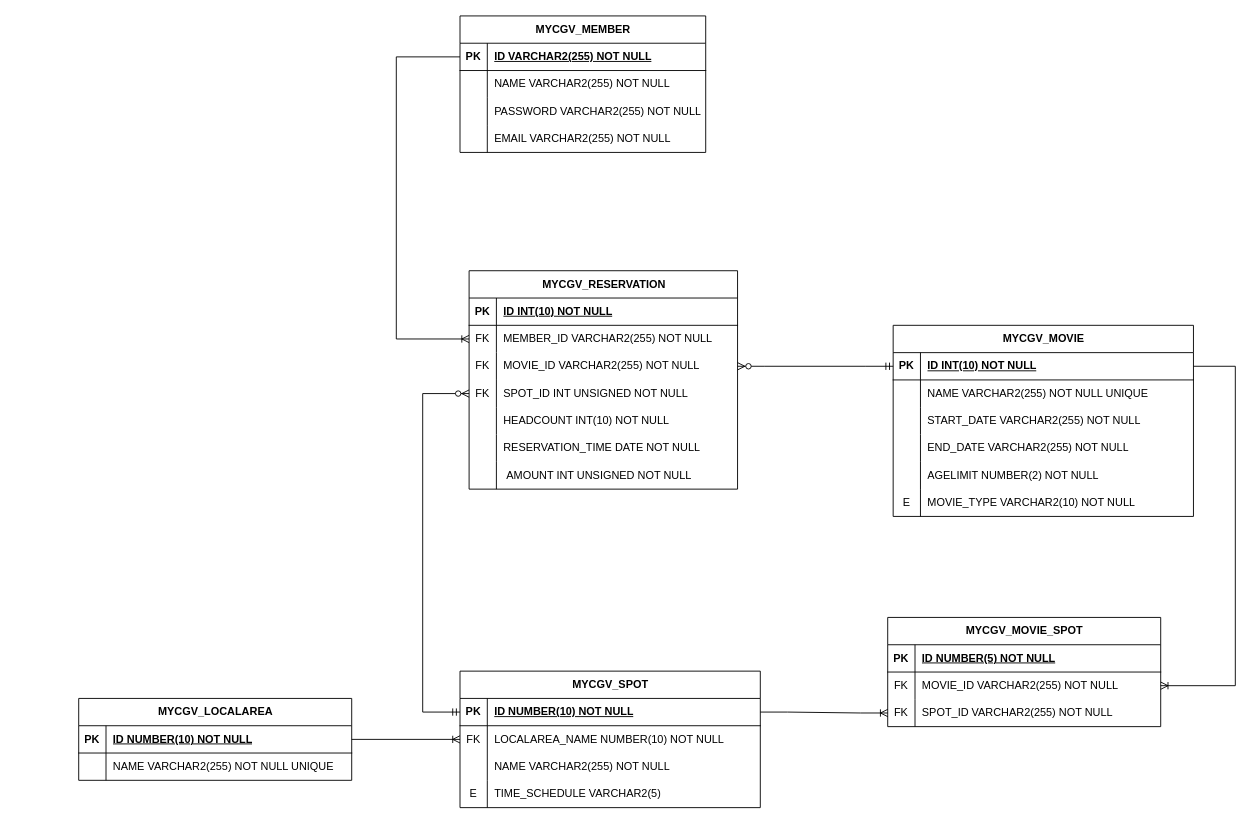
jaehyeonkim0/mycgv keeps this draw.io diagram as new mycgv_erd.drawio. Above is the earlier version. Source tidied: cells renumbered, new cells numbered last; positions are measured from the earlier drawing's top-left corner, leaving out a move shared by most shapes. Both pictures are drawn from the tidied source at 91%, with x=0, y=0 at pixel (78, 15).
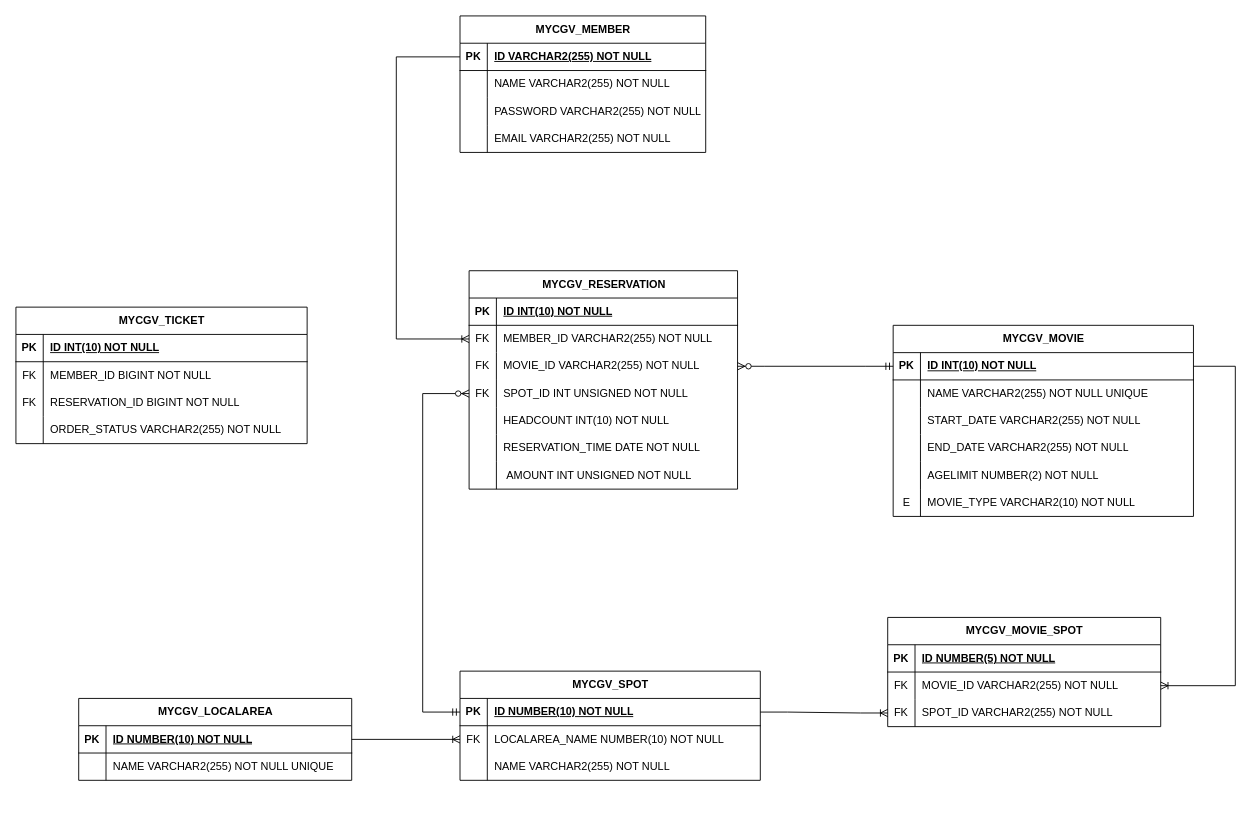
Above is the later version.

Change to the diagram source:
```diff
@@
     <mxCell id="28" value="MYCGV_SPOT" style="shape=table;startSize=30;childLayout=tableLayout;rowLines=0;fontStyle=1;align=center;html=1;" parent="1" vertex="1">
-      <mxGeometry x="419" y="720" width="330" height="150" as="geometry" />
+      <mxGeometry x="419" y="720" width="330" height="120" as="geometry" />
     </mxCell>
@@
-    <mxCell id="38" style="shape=tableRow;horizontal=0;startSize=0;swimlaneHead=0;swimlaneBody=0;fillColor=none;top=0;left=0;right=0;bottom=0;" parent="28" vertex="1">
-      <mxGeometry y="120" width="330" height="30" as="geometry" />
-    </mxCell>
-    <mxCell id="39" value="E" style="shape=partialRectangle;fillColor=none;top=0;left=0;bottom=0;right=0;overflow=hidden;whiteSpace=wrap;html=1;" parent="38" vertex="1">
-      <mxGeometry width="30" height="30" as="geometry" />
-    </mxCell>
-    <mxCell id="40" value="TIME_SCHEDULE VARCHAR2(5)" style="shape=partialRectangle;fillColor=none;top=0;left=0;bottom=0;right=0;align=left;spacingLeft=6;overflow=hidden;whiteSpace=wrap;html=1;" parent="38" vertex="1">
-      <mxGeometry x="30" width="300" height="30" as="geometry" />
-    </mxCell>
@@
+    <mxCell id="92" value="MYCGV_TICKET" style="shape=table;startSize=30;childLayout=tableLayout;rowLines=0;fontStyle=1;align=center;html=1;" parent="1" vertex="1">
+      <mxGeometry x="-69" y="320" width="320" height="150" as="geometry" />
+    </mxCell>
+    <mxCell id="93" style="shape=tableRow;horizontal=0;startSize=0;swimlaneHead=0;swimlaneBody=0;fillColor=none;top=0;left=0;right=0;bottom=1;" parent="92" vertex="1">
+      <mxGeometry y="30" width="320" height="30" as="geometry" />
+    </mxCell>
+    <mxCell id="94" value="PK" style="shape=partialRectangle;fillColor=none;top=0;left=0;bottom=0;right=0;fontStyle=1;overflow=hidden;whiteSpace=wrap;html=1;" parent="93" vertex="1">
+      <mxGeometry width="30" height="30" as="geometry" />
+    </mxCell>
+    <mxCell id="95" value="ID INT(10) NOT NULL" style="shape=partialRectangle;fillColor=none;top=0;left=0;bottom=0;right=0;align=left;spacingLeft=6;fontStyle=5;overflow=hidden;whiteSpace=wrap;html=1;" parent="93" vertex="1">
+      <mxGeometry x="30" width="290" height="30" as="geometry" />
+    </mxCell>
+    <mxCell id="96" style="shape=tableRow;horizontal=0;startSize=0;swimlaneHead=0;swimlaneBody=0;fillColor=none;top=0;left=0;right=0;bottom=0;" parent="92" vertex="1">
+      <mxGeometry y="60" width="320" height="30" as="geometry" />
+    </mxCell>
+    <mxCell id="97" value="FK" style="shape=partialRectangle;fillColor=none;top=0;left=0;bottom=0;right=0;overflow=hidden;whiteSpace=wrap;html=1;" parent="96" vertex="1">
+      <mxGeometry width="30" height="30" as="geometry" />
+    </mxCell>
+    <mxCell id="98" value="MEMBER_ID BIGINT NOT NULL" style="shape=partialRectangle;fillColor=none;top=0;left=0;bottom=0;right=0;align=left;spacingLeft=6;overflow=hidden;whiteSpace=wrap;html=1;" parent="96" vertex="1">
+      <mxGeometry x="30" width="290" height="30" as="geometry" />
+    </mxCell>
+    <mxCell id="99" style="shape=tableRow;horizontal=0;startSize=0;swimlaneHead=0;swimlaneBody=0;fillColor=none;top=0;left=0;right=0;bottom=0;" parent="92" vertex="1">
+      <mxGeometry y="90" width="320" height="30" as="geometry" />
+    </mxCell>
+    <mxCell id="100" value="FK" style="shape=partialRectangle;fillColor=none;top=0;left=0;bottom=0;right=0;overflow=hidden;whiteSpace=wrap;html=1;" parent="99" vertex="1">
+      <mxGeometry width="30" height="30" as="geometry" />
+    </mxCell>
+    <mxCell id="101" value="RESERVATION_ID BIGINT NOT NULL" style="shape=partialRectangle;fillColor=none;top=0;left=0;bottom=0;right=0;align=left;spacingLeft=6;overflow=hidden;whiteSpace=wrap;html=1;" parent="99" vertex="1">
+      <mxGeometry x="30" width="290" height="30" as="geometry" />
+    </mxCell>
+    <mxCell id="102" style="shape=tableRow;horizontal=0;startSize=0;swimlaneHead=0;swimlaneBody=0;fillColor=none;top=0;left=0;right=0;bottom=0;" parent="92" vertex="1">
+      <mxGeometry y="120" width="320" height="30" as="geometry" />
+    </mxCell>
+    <mxCell id="103" style="shape=partialRectangle;fillColor=none;top=0;left=0;bottom=0;right=0;overflow=hidden;whiteSpace=wrap;html=1;" parent="102" vertex="1">
+      <mxGeometry width="30" height="30" as="geometry" />
+    </mxCell>
+    <mxCell id="104" value="ORDER_STATUS VARCHAR2(255) NOT NULL" style="shape=partialRectangle;fillColor=none;top=0;left=0;bottom=0;right=0;align=left;spacingLeft=6;overflow=hidden;whiteSpace=wrap;html=1;" parent="102" vertex="1">
+      <mxGeometry x="30" width="290" height="30" as="geometry" />
+    </mxCell>
```
